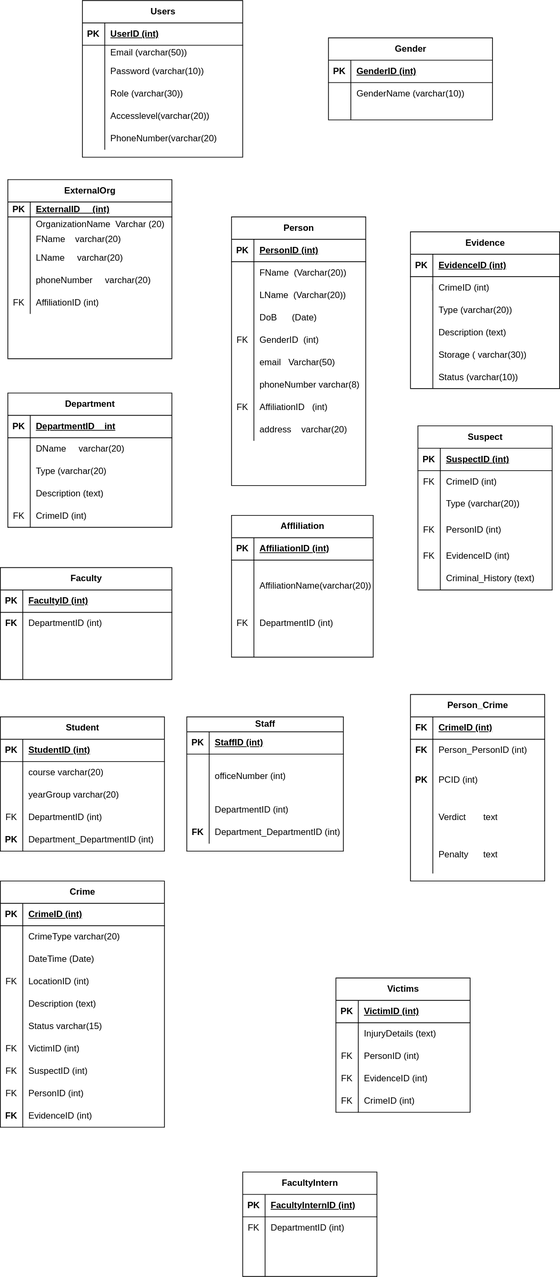
Above: Untitled Diagram.drawio.svg in Priscile2/Diagrams (draw.io), before the change. Source tidied: cells renumbered, new cells last; positions are measured from the earlier drawing's top-left corner, leaving out a move shared by most shapes.
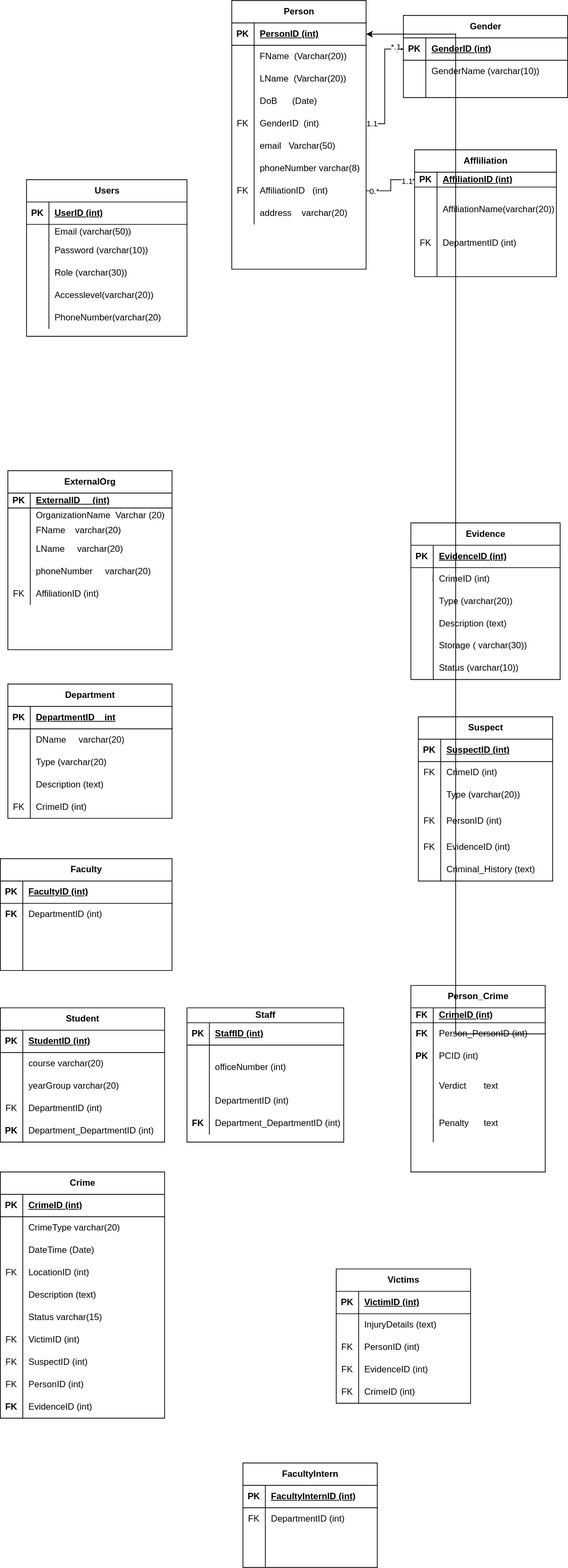
Above is the later version.

The edit, as a diff of the source:
```diff
@@ -3,7 +3,7 @@
     <mxCell id="0" />
     <mxCell id="1" parent="0" />
     <mxCell id="2" value="Person" style="shape=table;startSize=30;rowLines=0;fontStyle=1;align=center;html=1;" parent="1" vertex="1">
-      <mxGeometry x="310" y="290" width="180" height="360" as="geometry" />
+      <mxGeometry x="310" y="-390" width="180" height="360" as="geometry" />
     </mxCell>
     <mxCell id="3" style="shape=tableRow;horizontal=0;startSize=0;swimlaneHead=0;swimlaneBody=0;fillColor=none;points=[[0,0.5],[1,0.5]];portConstraint=eastwest;top=0;left=0;right=0;bottom=1;" parent="2" vertex="1">
       <mxGeometry y="30" width="180" height="30" as="geometry" />
@@ -87,28 +87,28 @@
       <mxGeometry x="30" width="150" height="30" as="geometry" />
     </mxCell>
     <mxCell id="30" value="Affliliation" style="shape=table;startSize=30;rowLines=0;fontStyle=1;align=center;html=1;" parent="1" vertex="1">
-      <mxGeometry x="310" y="690" width="190" height="190" as="geometry" />
+      <mxGeometry x="555" y="-190" width="190" height="170" as="geometry" />
     </mxCell>
     <mxCell id="31" style="shape=tableRow;horizontal=0;startSize=0;swimlaneHead=0;swimlaneBody=0;fillColor=none;points=[[0,0.5],[1,0.5]];portConstraint=eastwest;top=0;left=0;right=0;bottom=1;" parent="30" vertex="1">
-      <mxGeometry y="30" width="190" height="30" as="geometry" />
+      <mxGeometry y="30" width="190" height="20" as="geometry" />
     </mxCell>
     <mxCell id="32" value="PK" style="shape=partialRectangle;fillColor=none;top=0;left=0;bottom=0;right=0;fontStyle=1;overflow=hidden;whiteSpace=wrap;html=1;" parent="31" vertex="1">
-      <mxGeometry width="30" height="30" as="geometry" />
+      <mxGeometry width="30" height="20" as="geometry" />
     </mxCell>
     <mxCell id="33" value="AffiliationID (int)" style="shape=partialRectangle;fillColor=none;top=0;left=0;bottom=0;right=0;align=left;spacingLeft=6;fontStyle=5;overflow=hidden;whiteSpace=wrap;html=1;" parent="31" vertex="1">
-      <mxGeometry x="30" width="160" height="30" as="geometry" />
+      <mxGeometry x="30" width="160" height="20" as="geometry" />
     </mxCell>
     <mxCell id="34" style="shape=tableRow;horizontal=0;startSize=0;swimlaneHead=0;swimlaneBody=0;fillColor=none;top=0;left=0;right=0;bottom=0;" parent="30" vertex="1">
-      <mxGeometry y="60" width="190" height="70" as="geometry" />
+      <mxGeometry y="50" width="190" height="60" as="geometry" />
     </mxCell>
     <mxCell id="35" style="shape=partialRectangle;fillColor=none;top=0;left=0;bottom=0;right=0;overflow=hidden;whiteSpace=wrap;html=1;" parent="34" vertex="1">
-      <mxGeometry width="30" height="70" as="geometry" />
+      <mxGeometry width="30" height="60" as="geometry" />
     </mxCell>
     <mxCell id="36" value="AffiliationName(varchar(20))" style="shape=partialRectangle;fillColor=none;top=0;left=0;bottom=0;right=0;align=left;spacingLeft=6;overflow=hidden;whiteSpace=wrap;html=1;" parent="34" vertex="1">
-      <mxGeometry x="30" width="160" height="70" as="geometry" />
+      <mxGeometry x="30" width="160" height="60" as="geometry" />
     </mxCell>
     <mxCell id="37" style="shape=tableRow;horizontal=0;startSize=0;swimlaneHead=0;swimlaneBody=0;fillColor=none;top=0;left=0;right=0;bottom=0;" parent="30" vertex="1">
-      <mxGeometry y="130" width="190" height="30" as="geometry" />
+      <mxGeometry y="110" width="190" height="30" as="geometry" />
     </mxCell>
     <mxCell id="38" value="FK" style="shape=partialRectangle;fillColor=none;top=0;left=0;bottom=0;right=0;overflow=hidden;whiteSpace=wrap;html=1;" parent="37" vertex="1">
       <mxGeometry width="30" height="30" as="geometry" />
@@ -117,7 +117,7 @@
       <mxGeometry x="30" width="160" height="30" as="geometry" />
     </mxCell>
     <mxCell id="40" style="shape=tableRow;horizontal=0;startSize=0;swimlaneHead=0;swimlaneBody=0;fillColor=none;top=0;left=0;right=0;bottom=0;" parent="30" vertex="1">
-      <mxGeometry y="160" width="190" height="30" as="geometry" />
+      <mxGeometry y="140" width="190" height="30" as="geometry" />
     </mxCell>
     <mxCell id="41" style="shape=partialRectangle;fillColor=none;top=0;left=0;bottom=0;right=0;overflow=hidden;whiteSpace=wrap;html=1;" parent="40" vertex="1">
       <mxGeometry width="30" height="30" as="geometry" />
@@ -291,16 +291,16 @@
       <mxGeometry x="550" y="930" width="180" height="250" as="geometry" />
     </mxCell>
     <mxCell id="98" style="shape=tableRow;horizontal=0;startSize=0;swimlaneHead=0;swimlaneBody=0;fillColor=none;top=0;left=0;right=0;bottom=1;" parent="97" vertex="1">
-      <mxGeometry y="30" width="180" height="30" as="geometry" />
+      <mxGeometry y="30" width="180" height="20" as="geometry" />
     </mxCell>
     <mxCell id="99" value="FK" style="shape=partialRectangle;fillColor=none;top=0;left=0;bottom=0;right=0;fontStyle=1;overflow=hidden;whiteSpace=wrap;html=1;" parent="98" vertex="1">
-      <mxGeometry width="30" height="30" as="geometry" />
+      <mxGeometry width="30" height="20" as="geometry" />
     </mxCell>
     <mxCell id="100" value="CrimeID (int)" style="shape=partialRectangle;fillColor=none;top=0;left=0;bottom=0;right=0;align=left;spacingLeft=6;fontStyle=5;overflow=hidden;whiteSpace=wrap;html=1;" parent="98" vertex="1">
-      <mxGeometry x="30" width="150" height="30" as="geometry" />
+      <mxGeometry x="30" width="150" height="20" as="geometry" />
     </mxCell>
     <mxCell id="101" style="shape=tableRow;horizontal=0;startSize=0;swimlaneHead=0;swimlaneBody=0;fillColor=none;points=[[0,0.5],[1,0.5]];portConstraint=eastwest;top=0;left=0;right=0;bottom=0;" parent="97" vertex="1">
-      <mxGeometry y="60" width="180" height="30" as="geometry" />
+      <mxGeometry y="50" width="180" height="30" as="geometry" />
     </mxCell>
     <mxCell id="102" value="&lt;b&gt;FK&lt;/b&gt;" style="shape=partialRectangle;fillColor=none;top=0;left=0;bottom=0;right=0;overflow=hidden;whiteSpace=wrap;html=1;" parent="101" vertex="1">
       <mxGeometry width="30" height="30" as="geometry" />
@@ -309,16 +309,16 @@
       <mxGeometry x="30" width="150" height="30" as="geometry" />
     </mxCell>
     <mxCell id="104" style="shape=tableRow;horizontal=0;startSize=0;swimlaneHead=0;swimlaneBody=0;fillColor=none;top=0;left=0;right=0;bottom=0;" parent="97" vertex="1">
-      <mxGeometry y="90" width="180" height="50" as="geometry" />
+      <mxGeometry y="80" width="180" height="30" as="geometry" />
     </mxCell>
     <mxCell id="105" value="&lt;b&gt;PK&lt;/b&gt;" style="shape=partialRectangle;fillColor=none;top=0;left=0;bottom=0;right=0;overflow=hidden;whiteSpace=wrap;html=1;" parent="104" vertex="1">
-      <mxGeometry width="30" height="50" as="geometry" />
+      <mxGeometry width="30" height="30" as="geometry" />
     </mxCell>
     <mxCell id="106" value="PCID (int)" style="shape=partialRectangle;fillColor=none;top=0;left=0;bottom=0;right=0;align=left;spacingLeft=6;overflow=hidden;whiteSpace=wrap;html=1;" parent="104" vertex="1">
-      <mxGeometry x="30" width="150" height="50" as="geometry" />
+      <mxGeometry x="30" width="150" height="30" as="geometry" />
     </mxCell>
     <mxCell id="107" style="shape=tableRow;horizontal=0;startSize=0;swimlaneHead=0;swimlaneBody=0;fillColor=none;top=0;left=0;right=0;bottom=0;" parent="97" vertex="1">
-      <mxGeometry y="140" width="180" height="50" as="geometry" />
+      <mxGeometry y="110" width="180" height="50" as="geometry" />
     </mxCell>
     <mxCell id="108" style="shape=partialRectangle;fillColor=none;top=0;left=0;bottom=0;right=0;overflow=hidden;whiteSpace=wrap;html=1;" parent="107" vertex="1">
       <mxGeometry width="30" height="50" as="geometry" />
@@ -327,7 +327,7 @@
       <mxGeometry x="30" width="150" height="50" as="geometry" />
     </mxCell>
     <mxCell id="110" style="shape=tableRow;horizontal=0;startSize=0;swimlaneHead=0;swimlaneBody=0;fillColor=none;top=0;left=0;right=0;bottom=0;" parent="97" vertex="1">
-      <mxGeometry y="190" width="180" height="50" as="geometry" />
+      <mxGeometry y="160" width="180" height="50" as="geometry" />
     </mxCell>
     <mxCell id="111" style="shape=partialRectangle;fillColor=none;top=0;left=0;bottom=0;right=0;overflow=hidden;whiteSpace=wrap;html=1;" parent="110" vertex="1">
       <mxGeometry width="30" height="50" as="geometry" />
@@ -519,7 +519,7 @@
       <mxGeometry x="30" width="190" height="30" as="geometry" />
     </mxCell>
     <mxCell id="174" value="Users" style="shape=table;startSize=30;rowLines=0;fontStyle=1;align=center;html=1;" parent="1" vertex="1">
-      <mxGeometry x="110" width="215" height="210" as="geometry" />
+      <mxGeometry x="35" y="-150" width="215" height="210" as="geometry" />
     </mxCell>
     <mxCell id="175" style="shape=tableRow;horizontal=0;startSize=0;swimlaneHead=0;swimlaneBody=0;fillColor=none;top=0;left=0;right=0;bottom=1;" parent="174" vertex="1">
       <mxGeometry y="30" width="215" height="30" as="geometry" />
@@ -717,7 +717,7 @@
       <mxGeometry x="30" width="150" height="30" as="geometry" />
     </mxCell>
     <mxCell id="240" value="Gender" style="shape=table;startSize=30;rowLines=0;fontStyle=1;align=center;html=1;" parent="1" vertex="1">
-      <mxGeometry x="440" y="50" width="220" height="110" as="geometry" />
+      <mxGeometry x="540" y="-370" width="220" height="110" as="geometry" />
     </mxCell>
     <mxCell id="241" style="shape=tableRow;horizontal=0;startSize=0;swimlaneHead=0;swimlaneBody=0;fillColor=none;points=[[0,0.5],[1,0.5]];portConstraint=eastwest;top=0;left=0;right=0;bottom=1;" parent="240" vertex="1">
       <mxGeometry y="30" width="220" height="30" as="geometry" />
@@ -746,6 +746,15 @@
     <mxCell id="249" style="shape=partialRectangle;fillColor=none;top=0;left=0;bottom=0;right=0;align=left;spacingLeft=6;overflow=hidden;whiteSpace=wrap;html=1;" parent="247" vertex="1">
       <mxGeometry x="30" width="190" height="20" as="geometry" />
     </mxCell>
+    <mxCell id="263" style="edgeStyle=elbowEdgeStyle;rounded=0;jettySize=auto;html=1;exitX=1;exitY=0.5;exitDx=0;exitDy=0;entryX=0;entryY=0.5;entryDx=0;entryDy=0;" parent="1" edge="1" source="15" target="241">
+      <mxGeometry relative="1" as="geometry" />
+    </mxCell>
+    <mxCell id="264" value="1.1" style="edgeLabel;html=1;align=center;verticalAlign=middle;" parent="263" vertex="1">
+      <mxGeometry x="-0.91" y="1" relative="1" as="geometry" />
+    </mxCell>
+    <mxCell id="265" value="*.1" style="edgeLabel;html=1;align=center;verticalAlign=middle;" parent="263" vertex="1">
+      <mxGeometry x="0.85" y="4" relative="1" as="geometry" />
+    </mxCell>
     <mxCell id="250" value="FacultyIntern" style="shape=table;startSize=30;rowLines=0;fontStyle=1;align=center;html=1;" parent="1" vertex="1">
       <mxGeometry x="325" y="1570" width="180" height="140" as="geometry" />
     </mxCell>
@@ -785,5 +794,17 @@
     <mxCell id="262" style="shape=partialRectangle;fillColor=none;top=0;left=0;bottom=0;right=0;align=left;spacingLeft=6;overflow=hidden;whiteSpace=wrap;html=1;" parent="260" vertex="1">
       <mxGeometry x="30" width="150" height="20" as="geometry" />
     </mxCell>
+    <mxCell id="266" style="edgeStyle=elbowEdgeStyle;rounded=0;jettySize=auto;html=1;entryX=0;entryY=0.5;entryDx=0;entryDy=0;" parent="1" edge="1" source="24" target="31">
+      <mxGeometry relative="1" as="geometry" />
+    </mxCell>
+    <mxCell id="267" value="0.*" style="edgeLabel;html=1;align=center;verticalAlign=middle;" parent="266" vertex="1">
+      <mxGeometry x="-0.75" relative="1" as="geometry" />
+    </mxCell>
+    <mxCell id="268" value="1.1" style="edgeLabel;html=1;align=center;verticalAlign=middle;" parent="266" vertex="1">
+      <mxGeometry x="0.72" y="-1" relative="1" as="geometry" />
+    </mxCell>
+    <mxCell id="269" style="edgeStyle=elbowEdgeStyle;rounded=0;jettySize=auto;html=1;exitX=1;exitY=0.5;exitDx=0;exitDy=0;" parent="1" edge="1" source="101" target="3">
+      <mxGeometry relative="1" as="geometry" />
+    </mxCell>
   </root>
 </mxGraphModel>
```
